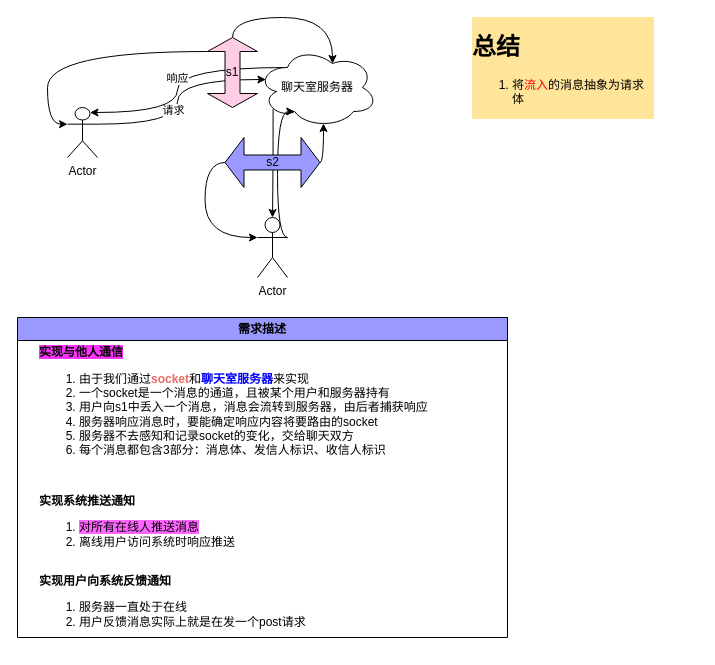
This is socket聊天设计.drawio from ZYMDB/mindMap, a draw.io file, before an edit. Source tidied: cells renumbered, new cells numbered last; positions are measured from the earlier drawing's top-left corner, leaving out a move shared by most shapes. Both pictures are drawn from the tidied source at 100%, with x=0, y=0 at pixel (17, 27).
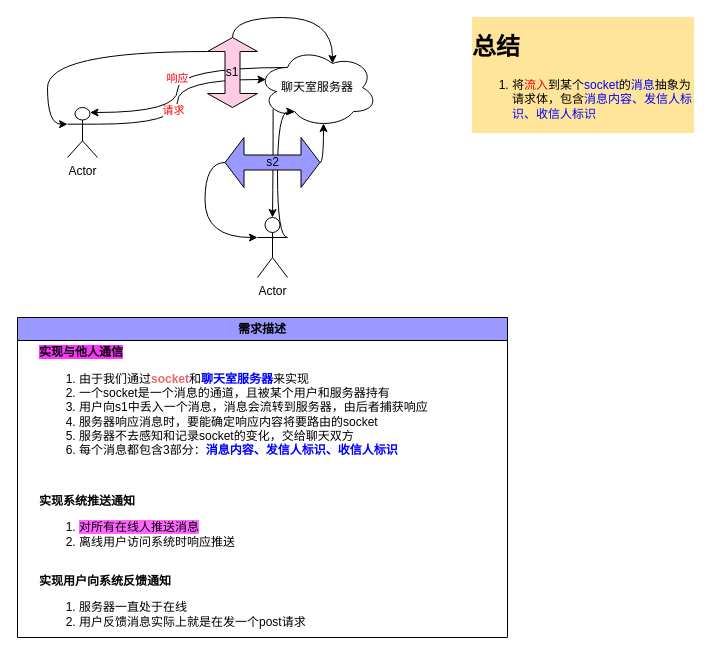
After the change.

Commit message:
更新socket聊天设计.drawio

Unchanged cells that the change refers to:
```xml
<mxCell id="2" style="edgeStyle=orthogonalEdgeStyle;curved=1;jettySize=auto;html=1;exitX=1;exitY=0.3333333333333333;exitDx=0;exitDy=0;exitPerimeter=0;entryX=0.07;entryY=0.4;entryDx=0;entryDy=0;entryPerimeter=0;" parent="1" edge="1" source="4" target="7">
  <mxGeometry relative="1" as="geometry" />
</mxCell>
<mxCell id="4" value="Actor" style="shape=umlActor;verticalLabelPosition=bottom;verticalAlign=top;html=1;outlineConnect=0;" parent="1" vertex="1">
  <mxGeometry x="50" y="80" width="30" height="50" as="geometry" />
</mxCell>
<mxCell id="7" value="聊天室服务器" style="ellipse;shape=cloud;whiteSpace=wrap;html=1;" parent="1" vertex="1">
  <mxGeometry x="240" y="20" width="120" height="80" as="geometry" />
</mxCell>
<mxCell id="16" value="需求描述" style="swimlane;whiteSpace=wrap;html=1;fillColor=#9999FF;" parent="1" vertex="1">
  <mxGeometry y="290" width="490" height="320" as="geometry" />
</mxCell>
```

The edit, as a diff of the source:
```diff
@@
-    <mxCell id="3" value="请求" style="edgeLabel;html=1;align=center;verticalAlign=middle;" parent="2" vertex="1">
+    <mxCell id="3" value="&lt;font color=&quot;#ff0000&quot;&gt;请求&lt;/font&gt;" style="edgeLabel;html=1;align=center;verticalAlign=middle;" parent="2" vertex="1">
       <mxGeometry x="-0.12" y="5" relative="1" as="geometry" />
     </mxCell>
@@
-    <mxCell id="5" value="响应" style="edgeStyle=orthogonalEdgeStyle;curved=1;jettySize=auto;html=1;exitX=0.25;exitY=0.25;exitDx=0;exitDy=0;exitPerimeter=0;entryX=0.75;entryY=0.1;entryDx=0;entryDy=0;entryPerimeter=0;startArrow=none;" parent="1" edge="1" source="7" target="4">
+    <mxCell id="5" value="&lt;font color=&quot;#ff0000&quot;&gt;响应&lt;/font&gt;" style="edgeStyle=orthogonalEdgeStyle;curved=1;jettySize=auto;html=1;exitX=0.25;exitY=0.25;exitDx=0;exitDy=0;exitPerimeter=0;entryX=0.75;entryY=0.1;entryDx=0;entryDy=0;entryPerimeter=0;startArrow=none;" parent="1" edge="1" source="7" target="4">
       <mxGeometry relative="1" as="geometry" />
     </mxCell>
@@
-    <mxCell id="17" value="&lt;b style=&quot;background-color: rgb(255, 51, 255);&quot;&gt;实现与他人通信&lt;/b&gt;&lt;br&gt;&lt;ol&gt;&lt;li&gt;&lt;span style=&quot;background-color: initial;&quot;&gt;由于我们通过&lt;b&gt;&lt;font color=&quot;#ea6b66&quot;&gt;socket&lt;/font&gt;&lt;/b&gt;和&lt;font color=&quot;#0000ff&quot;&gt;&lt;b&gt;聊天室服务器&lt;/b&gt;&lt;/font&gt;来实现&lt;/span&gt;&lt;/li&gt;&lt;li&gt;&lt;span style=&quot;background-color: initial;&quot;&gt;一个socket是一个消息的通道，且被某个用户和服务器持有&lt;/span&gt;&lt;/li&gt;&lt;li&gt;&lt;span style=&quot;background-color: initial;&quot;&gt;用户向s1中丢入一个消息，消息会流转到服务器，由后者捕获响应&lt;/span&gt;&lt;/li&gt;&lt;li&gt;&lt;span style=&quot;background-color: initial;&quot;&gt;服务器响应消息时，要能确定响应内容将要路由的socket&lt;/span&gt;&lt;/li&gt;&lt;li&gt;&lt;span style=&quot;background-color: initial;&quot;&gt;服务器不去感知和记录socket的变化，交给聊天双方&lt;/span&gt;&lt;/li&gt;&lt;li&gt;&lt;span style=&quot;background-color: initial;&quot;&gt;每个消息都包含3部分：消息体、发信人标识、收信人标识&lt;/span&gt;&lt;/li&gt;&lt;/ol&gt;" style="text;html=1;align=left;verticalAlign=middle;strokeColor=none;fillColor=none;" parent="16" vertex="1">
+    <mxCell id="17" value="&lt;b style=&quot;background-color: rgb(255, 51, 255);&quot;&gt;实现与他人通信&lt;/b&gt;&lt;br&gt;&lt;ol&gt;&lt;li&gt;&lt;span style=&quot;background-color: initial;&quot;&gt;由于我们通过&lt;b&gt;&lt;font color=&quot;#ea6b66&quot;&gt;socket&lt;/font&gt;&lt;/b&gt;和&lt;font color=&quot;#0000ff&quot;&gt;&lt;b&gt;聊天室服务器&lt;/b&gt;&lt;/font&gt;来实现&lt;/span&gt;&lt;/li&gt;&lt;li&gt;&lt;span style=&quot;background-color: initial;&quot;&gt;一个socket是一个消息的通道，且被某个用户和服务器持有&lt;/span&gt;&lt;/li&gt;&lt;li&gt;&lt;span style=&quot;background-color: initial;&quot;&gt;用户向s1中丢入一个消息，消息会流转到服务器，由后者捕获响应&lt;/span&gt;&lt;/li&gt;&lt;li&gt;&lt;span style=&quot;background-color: initial;&quot;&gt;服务器响应消息时，要能确定响应内容将要路由的socket&lt;/span&gt;&lt;/li&gt;&lt;li&gt;&lt;span style=&quot;background-color: initial;&quot;&gt;服务器不去感知和记录socket的变化，交给聊天双方&lt;/span&gt;&lt;/li&gt;&lt;li&gt;&lt;span style=&quot;background-color: initial;&quot;&gt;每个消息都包含3部分：&lt;b&gt;&lt;font color=&quot;#0000ff&quot;&gt;消息内容、发信人标识、收信人标识&lt;/font&gt;&lt;/b&gt;&lt;/span&gt;&lt;/li&gt;&lt;/ol&gt;" style="text;html=1;align=left;verticalAlign=middle;strokeColor=none;fillColor=none;" parent="16" vertex="1">
       <mxGeometry x="20" y="20" width="410" height="140" as="geometry" />
     </mxCell>
@@
-    <mxCell id="20" value="&lt;h1&gt;总结&lt;/h1&gt;&lt;div&gt;&lt;ol&gt;&lt;li&gt;将&lt;font color=&quot;#ff0000&quot;&gt;流入&lt;/font&gt;的消息抽象为请求体&lt;/li&gt;&lt;/ol&gt;&lt;/div&gt;" style="text;html=1;strokeColor=none;fillColor=none;spacing=5;spacingTop=-20;whiteSpace=wrap;overflow=hidden;rounded=1;labelBackgroundColor=#FFE599;fontColor=#000000;glass=1;" parent="1" vertex="1">
-      <mxGeometry x="450" width="190" height="100" as="geometry" />
+    <mxCell id="20" value="&lt;h1&gt;总结&lt;/h1&gt;&lt;div&gt;&lt;ol&gt;&lt;li&gt;将&lt;font color=&quot;#ff0000&quot;&gt;流入&lt;/font&gt;到某个&lt;font color=&quot;#0000ff&quot;&gt;socket&lt;/font&gt;的&lt;font color=&quot;#0000ff&quot;&gt;消息&lt;/font&gt;抽象为请求体，包含&lt;font color=&quot;#0000ff&quot;&gt;消息内容、发信人标识、收信人标识&lt;/font&gt;&lt;/li&gt;&lt;/ol&gt;&lt;/div&gt;" style="text;html=1;strokeColor=none;fillColor=none;spacing=5;spacingTop=-20;whiteSpace=wrap;overflow=hidden;rounded=1;labelBackgroundColor=#FFE599;fontColor=#000000;glass=1;" parent="1" vertex="1">
+      <mxGeometry x="450" width="230" height="110" as="geometry" />
     </mxCell>
```
